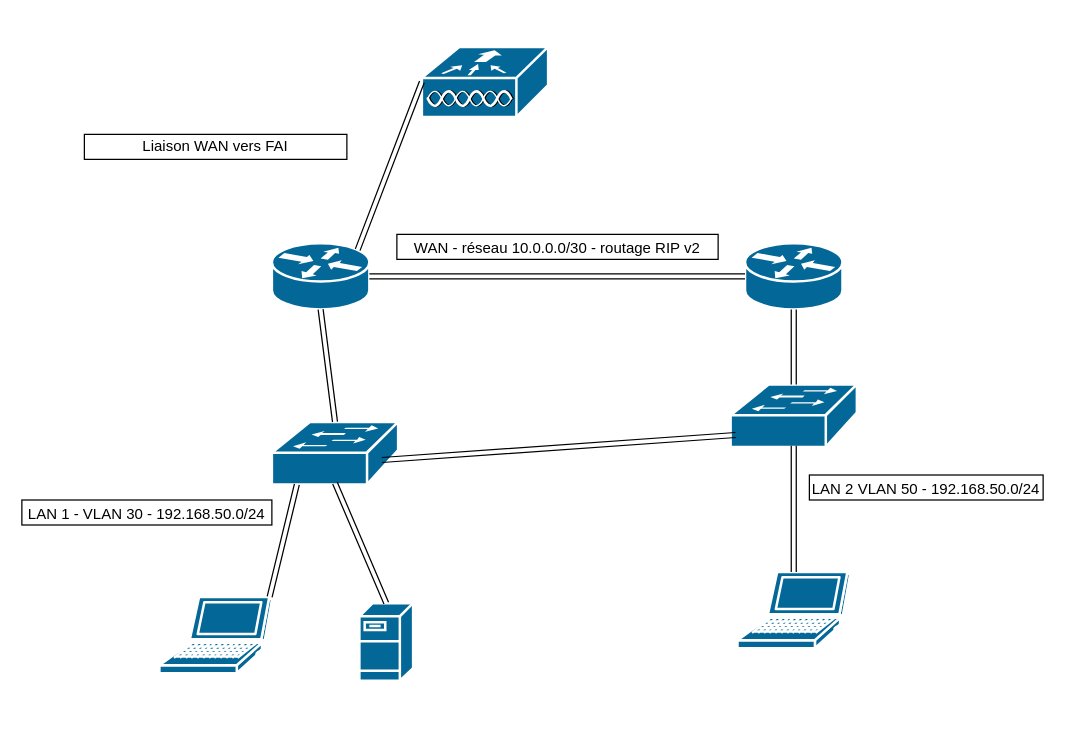
The draw.io diagram schema-reseau.drawio in bhouetognon-svg/reseau-tp-packet-tracer, before the edit. Source tidied: cells renumbered, new cells numbered last; positions are measured from the earlier drawing's top-left corner, leaving out a move shared by most shapes. Both pictures are drawn from the tidied source at 125%, with x=0, y=0 at pixel (21, 46).
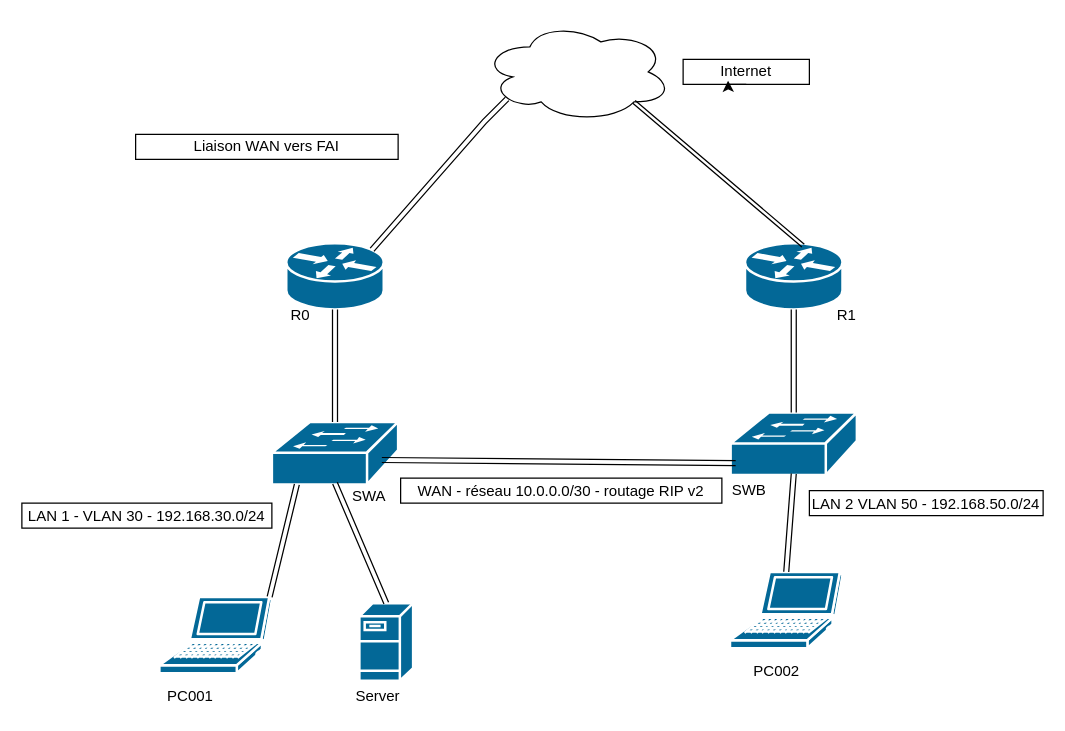
Above is the later version.

Commit message (it also covers changes not shown here):
Mettre à jour schema-reseau.drawio

The change refers to these unchanged cells:
```xml
<mxCell id="5" style="strokeColor=#ffffff;sketch=0;html=1;dashed=0;fillColor=#036897;strokeWidth=2;verticalLabelPosition=bottom;verticalAlign=top;align=center;outlineConnect=0;shape=mxgraph.cisco.routers.router;labelPerimeter=1;" parent="1" vertex="1">
  <mxGeometry x="578.5" y="157" width="78" height="53" as="geometry" />
</mxCell>
```

Change to the diagram source:
```diff
@@
     <mxCell id="3" style="sketch=0;html=1;dashed=0;fillColor=#036897;strokeColor=#ffffff;strokeWidth=2;verticalLabelPosition=bottom;verticalAlign=top;align=center;outlineConnect=0;shape=mxgraph.cisco.computers_and_peripherals.laptop;labelPerimeter=1;" parent="1" vertex="1">
-      <mxGeometry x="572.5" y="420" width="90" height="61" as="geometry" />
+      <mxGeometry x="566.5" y="420" width="90" height="61" as="geometry" />
     </mxCell>
     <mxCell id="4" style="strokeColor=#ffffff;sketch=0;html=1;dashed=0;fillColor=#036897;strokeWidth=2;verticalLabelPosition=bottom;verticalAlign=top;align=center;outlineConnect=0;shape=mxgraph.cisco.routers.router;labelPerimeter=1;" parent="1" vertex="1">
-      <mxGeometry x="200" y="157" width="78" height="53" as="geometry" />
+      <mxGeometry x="211.5" y="157" width="78" height="53" as="geometry" />
     </mxCell>
@@
     <mxCell id="8" style="strokeColor=#ffffff;sketch=0;html=1;dashed=0;fillColor=#036897;strokeWidth=2;verticalLabelPosition=bottom;verticalAlign=top;align=center;outlineConnect=0;shape=mxgraph.cisco.switches.workgroup_switch;labelPerimeter=1;" parent="1" vertex="1">
-      <mxGeometry x="567" y="270" width="101" height="50" as="geometry" />
+      <mxGeometry x="567" y="292.5" width="101" height="50" as="geometry" />
     </mxCell>
-    <mxCell id="9" style="strokeColor=#ffffff;sketch=0;html=1;dashed=0;fillColor=#036897;strokeWidth=2;verticalLabelPosition=bottom;verticalAlign=top;align=center;outlineConnect=0;shape=mxgraph.cisco.wireless.wlan_controller;labelPerimeter=1;" parent="1" vertex="1">
-      <mxGeometry x="320" width="101" height="56" as="geometry" />
-    </mxCell>
@@
-    <mxCell id="15" style="shape=link;html=1;rounded=0;defaultLabelBackgroundColor=page;entryX=0;entryY=0.5;entryDx=0;entryDy=0;entryPerimeter=0;exitX=0.88;exitY=0.1;exitDx=0;exitDy=0;exitPerimeter=0;" parent="1" edge="1" source="4" target="9">
-      <mxGeometry x="0.28" relative="1" as="geometry" />
+    <mxCell id="15" style="shape=link;html=1;rounded=0;defaultLabelBackgroundColor=page;entryX=0.13;entryY=0.77;entryDx=0;entryDy=0;entryPerimeter=0;exitX=0.88;exitY=0.1;exitDx=0;exitDy=0;exitPerimeter=0;" parent="1" edge="1" source="4" target="22">
+      <mxGeometry x="0.28" relative="1" as="geometry">
+        <Array as="points">
+          <mxPoint x="370" y="59.8" />
+        </Array>
+      </mxGeometry>
     </mxCell>
-    <mxCell id="16" style="shape=link;html=1;rounded=0;defaultLabelBackgroundColor=page;entryX=0;entryY=0.5;entryDx=0;entryDy=0;entryPerimeter=0;exitX=1;exitY=0.5;exitDx=0;exitDy=0;exitPerimeter=0;" parent="1" edge="1" source="4" target="5">
-      <mxGeometry x="0.28" relative="1" as="geometry" />
-    </mxCell>
@@
     <mxCell id="18" value="&lt;p class=&quot;p1&quot; style=&quot;margin: 0px; font-style: normal; font-variant: normal; font-size-adjust: none; font-language-override: normal; font-kerning: auto; font-optical-sizing: auto; font-feature-settings: normal; font-variation-settings: normal; font-stretch: normal; font-size: 12px; line-height: normal; font-family: Helvetica; text-align: start;&quot;&gt;WAN - réseau 10.0.0.0/30 - routage RIP v2&lt;/p&gt;" style="whiteSpace=wrap;html=1;" parent="1" vertex="1">
-      <mxGeometry x="300" y="150" width="257" height="20" as="geometry" />
+      <mxGeometry x="303" y="345" width="257" height="20" as="geometry" />
     </mxCell>
     <mxCell id="19" value="Liaison WAN vers FAI" style="whiteSpace=wrap;html=1;" parent="1" vertex="1">
-      <mxGeometry x="50" y="70" width="210" height="20" as="geometry" />
+      <mxGeometry x="91" y="70" width="210" height="20" as="geometry" />
     </mxCell>
     <mxCell id="20" value="&lt;p class=&quot;p1&quot; style=&quot;margin: 0px; font-style: normal; font-variant: normal; font-size-adjust: none; font-language-override: normal; font-kerning: auto; font-optical-sizing: auto; font-feature-settings: normal; font-variation-settings: normal; font-stretch: normal; font-size: 12px; line-height: normal; font-family: Helvetica; text-align: start;&quot;&gt;LAN 2 VLAN 50 - 192.168.50.0/24&lt;/p&gt;" style="whiteSpace=wrap;html=1;" parent="1" vertex="1">
-      <mxGeometry x="630" y="342.5" width="187" height="20" as="geometry" />
+      <mxGeometry x="630" y="355" width="187" height="20" as="geometry" />
     </mxCell>
-    <mxCell id="21" value="&lt;p class=&quot;p1&quot; style=&quot;margin: 0px; font-style: normal; font-variant: normal; font-size-adjust: none; font-language-override: normal; font-kerning: auto; font-optical-sizing: auto; font-feature-settings: normal; font-variation-settings: normal; font-stretch: normal; font-size: 12px; line-height: normal; font-family: Helvetica; text-align: start;&quot;&gt;LAN 1 - VLAN 30 - 192.168.50.0/24&lt;/p&gt;" style="whiteSpace=wrap;html=1;" parent="1" vertex="1">
-      <mxGeometry y="362.5" width="200" height="20" as="geometry" />
+    <mxCell id="21" value="&lt;p class=&quot;p1&quot; style=&quot;margin: 0px; font-style: normal; font-variant: normal; font-size-adjust: none; font-language-override: normal; font-kerning: auto; font-optical-sizing: auto; font-feature-settings: normal; font-variation-settings: normal; font-stretch: normal; font-size: 12px; line-height: normal; font-family: Helvetica; text-align: start;&quot;&gt;LAN 1 - VLAN 30 - 192.168.30.0/24&lt;/p&gt;" style="whiteSpace=wrap;html=1;" parent="1" vertex="1">
+      <mxGeometry y="365" width="200" height="20" as="geometry" />
     </mxCell>
+    <mxCell id="22" style="ellipse;shape=cloud;whiteSpace=wrap;html=1;perimeter=cloudPerimeter;" parent="1" vertex="1">
+      <mxGeometry x="368.5" y="-20" width="151.5" height="80" as="geometry" />
+    </mxCell>
+    <mxCell id="23" value="Internet" style="whiteSpace=wrap;html=1;" parent="1" vertex="1">
+      <mxGeometry x="529" y="10" width="101" height="20" as="geometry" />
+    </mxCell>
+    <mxCell id="24" style="edgeStyle=orthogonalEdgeStyle;rounded=0;orthogonalLoop=1;jettySize=auto;html=1;innerLoopWaypoints=1;exitX=0.5;exitY=1;exitDx=0;exitDy=0;entryX=0.356;entryY=0.85;entryDx=0;entryDy=0;entryPerimeter=0;defaultLabelBackgroundColor=page;" parent="1" edge="1" source="23" target="23">
+      <mxGeometry relative="1" as="geometry" />
+    </mxCell>
+    <mxCell id="25" value="R0" style="text;html=1;whiteSpace=wrap;strokeColor=none;fillColor=none;align=center;verticalAlign=middle;rounded=0;" parent="1" vertex="1">
+      <mxGeometry x="193" y="200" width="60" height="30" as="geometry" />
+    </mxCell>
+    <mxCell id="26" value="R1" style="text;html=1;whiteSpace=wrap;strokeColor=none;fillColor=none;align=center;verticalAlign=middle;rounded=0;" parent="1" vertex="1">
+      <mxGeometry x="630" y="200" width="60" height="30" as="geometry" />
+    </mxCell>
+    <mxCell id="27" value="SWA" style="text;html=1;whiteSpace=wrap;strokeColor=none;fillColor=none;align=center;verticalAlign=middle;rounded=0;" parent="1" vertex="1">
+      <mxGeometry x="253" y="345" width="50" height="30" as="geometry" />
+    </mxCell>
+    <mxCell id="28" value="SWB" style="text;html=1;whiteSpace=wrap;strokeColor=none;fillColor=none;align=center;verticalAlign=middle;rounded=0;" parent="1" vertex="1">
+      <mxGeometry x="557" y="345" width="50" height="20" as="geometry" />
+    </mxCell>
+    <mxCell id="29" value="Server" style="text;html=1;whiteSpace=wrap;strokeColor=none;fillColor=none;align=center;verticalAlign=middle;rounded=0;" parent="1" vertex="1">
+      <mxGeometry x="260" y="510" width="50" height="20" as="geometry" />
+    </mxCell>
+    <mxCell id="30" value="PC001" style="text;html=1;whiteSpace=wrap;strokeColor=none;fillColor=none;align=center;verticalAlign=middle;rounded=0;" parent="1" vertex="1">
+      <mxGeometry x="110" y="510" width="50" height="20" as="geometry" />
+    </mxCell>
+    <mxCell id="31" value="PC002" style="text;html=1;whiteSpace=wrap;strokeColor=none;fillColor=none;align=center;verticalAlign=middle;rounded=0;" parent="1" vertex="1">
+      <mxGeometry x="578.5" y="490" width="50" height="20" as="geometry" />
+    </mxCell>
+    <mxCell id="32" style="shape=link;html=1;rounded=0;defaultLabelBackgroundColor=page;width=3;exitX=0.596;exitY=0.038;exitDx=0;exitDy=0;exitPerimeter=0;entryX=0.8;entryY=0.8;entryDx=0;entryDy=0;entryPerimeter=0;" parent="1" edge="1" source="5" target="22">
+      <mxGeometry x="-0.35" relative="1" as="geometry" />
+    </mxCell>
```
